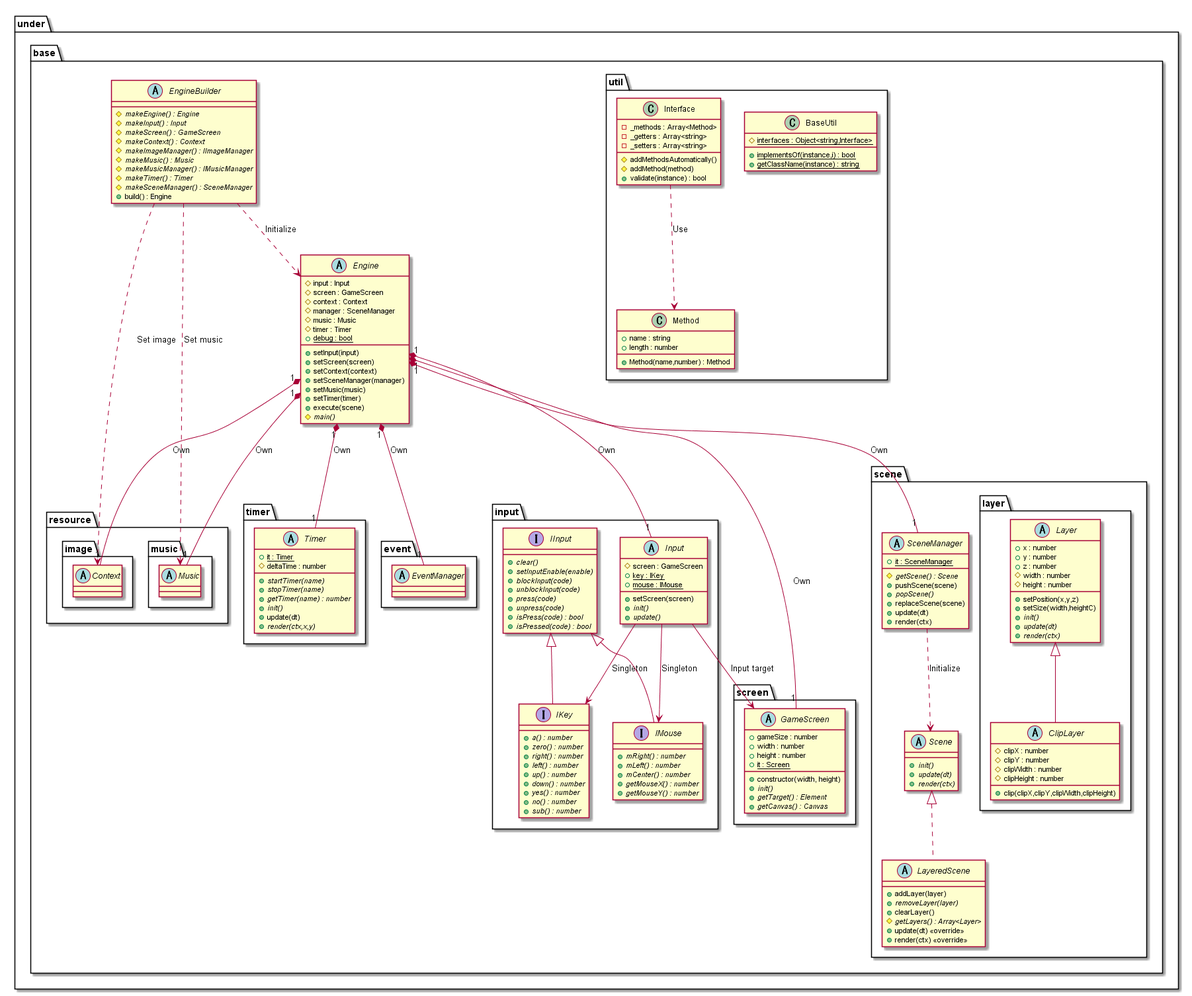
Above: out/uml/gamebase/Base/GameBaseBase.png in Expine/Under (PlantUML), before the change.
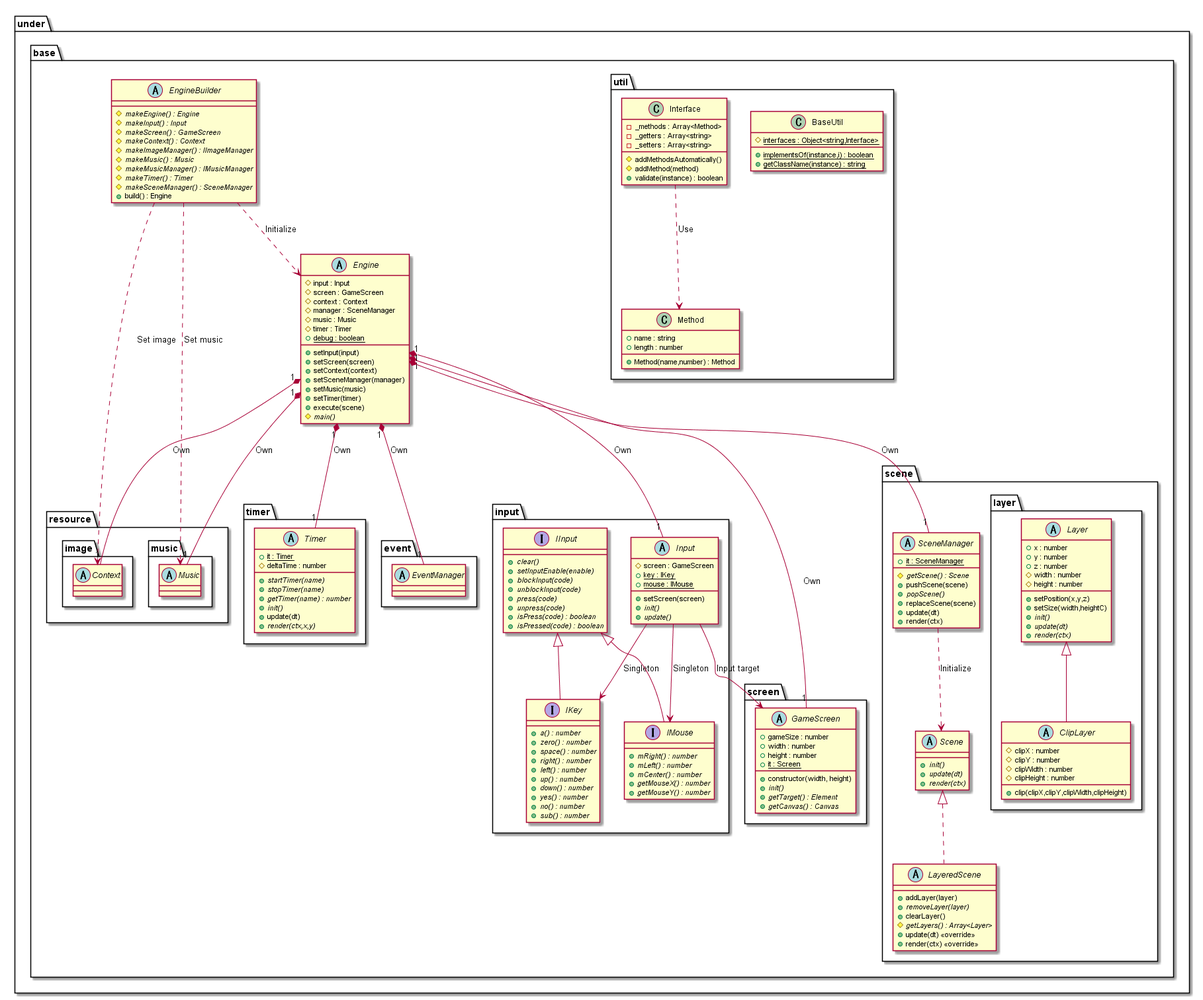
After the change.

Commit message:
Input can detect space key

Diff of the diagram source:
```diff
@@ -21,7 +21,7 @@
             #manager : SceneManager
             #music : Music
             #timer : Timer
-            {static} +debug : bool
+            {static} +debug : boolean
             +setInput(input)
             +setScreen(screen)
             +setContext(context)
@@ -49,13 +49,14 @@
                 {abstract} +unblockInput(code)
                 {abstract} +press(code)
                 {abstract} +unpress(code)
-                {abstract} +isPress(code) : bool
-                {abstract} +isPressed(code) : bool
+                {abstract} +isPress(code) : boolean
+                {abstract} +isPressed(code) : boolean
             }
 
             interface IKey {
                 {abstract} +a() : number
                 {abstract} +zero() : number
+                {abstract} +space() : number
                 {abstract} +right() : number
                 {abstract} +left() : number
                 {abstract} +up() : number
@@ -150,7 +151,7 @@
         package util {
             class BaseUtil {
                 {static} #interfaces : Object<string,Interface>
-                {static} +implementsOf(instance,i) : bool
+                {static} +implementsOf(instance,i) : boolean
                 {static} +getClassName(instance) : string
             }
             class Interface {
@@ -159,7 +160,7 @@
                 -_setters : Array<string>
                 #addMethodsAutomatically()
                 #addMethod(method)
-                +validate(instance) : bool
+                +validate(instance) : boolean
             }
             class Method {
                 +Method(name,number) : Method
```
